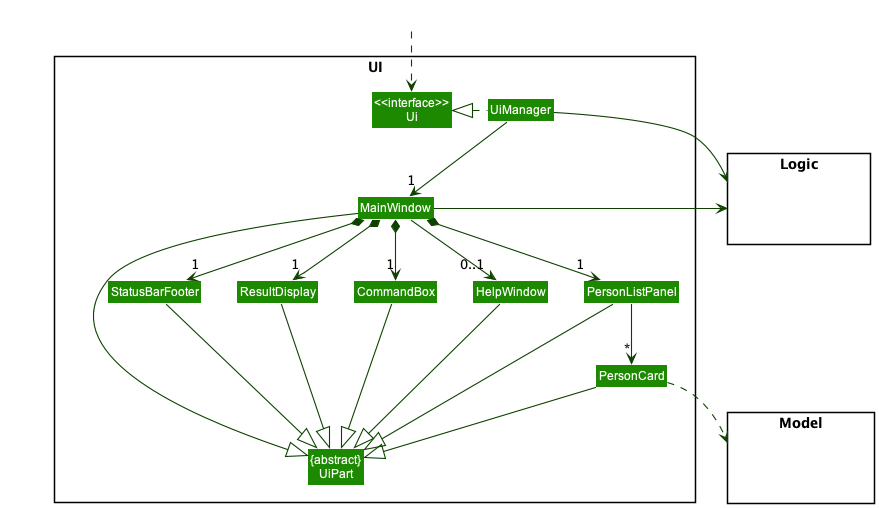
This is docs/images/UiClassDiagram.png from nus-cs2103-AY2223S1/tp, a PlantUML export, as it was before one commit.
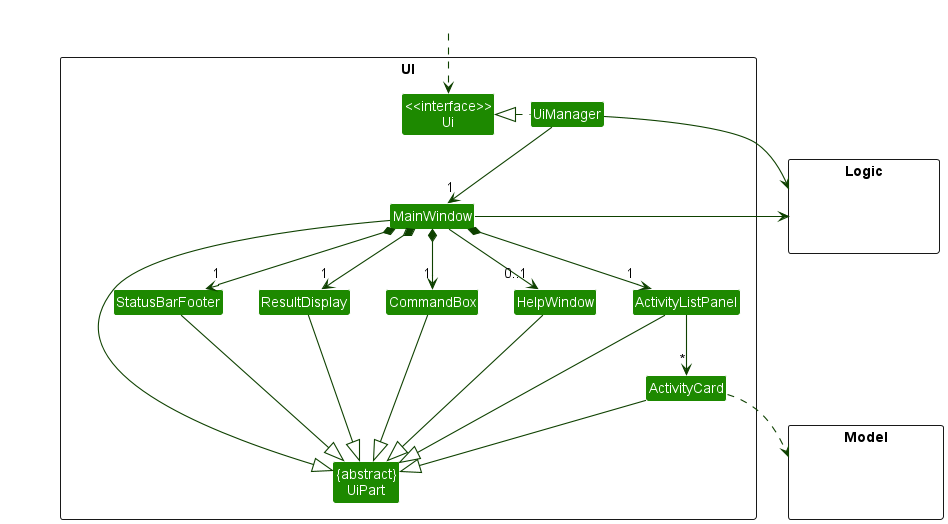
After the commit.

What changed in the source:
```diff
@@ -11,8 +11,8 @@
 Class MainWindow
 Class HelpWindow
 Class ResultDisplay
-Class PersonListPanel
-Class PersonCard
+Class ActivityListPanel
+Class ActivityCard
 Class StatusBarFooter
 Class CommandBox
 }
@@ -32,26 +32,26 @@
 UiManager -down-> "1" MainWindow
 MainWindow *-down->  "1" CommandBox
 MainWindow *-down-> "1" ResultDisplay
-MainWindow *-down-> "1" PersonListPanel
+MainWindow *-down-> "1" ActivityListPanel
 MainWindow *-down-> "1" StatusBarFooter
 MainWindow --> "0..1" HelpWindow
 
-PersonListPanel -down-> "*" PersonCard
+ActivityListPanel -down-> "*" ActivityCard
 
 MainWindow -left-|> UiPart
 
 ResultDisplay --|> UiPart
 CommandBox --|> UiPart
-PersonListPanel --|> UiPart
-PersonCard --|> UiPart
+ActivityListPanel --|> UiPart
+ActivityCard --|> UiPart
 StatusBarFooter --|> UiPart
 HelpWindow --|> UiPart
 
-PersonCard ..> Model
+ActivityCard ..> Model
 UiManager -right-> Logic
 MainWindow -left-> Logic
 
-PersonListPanel -[hidden]left- HelpWindow
+ActivityListPanel -[hidden]left- HelpWindow
 HelpWindow -[hidden]left- CommandBox
 CommandBox -[hidden]left- ResultDisplay
 ResultDisplay -[hidden]left- StatusBarFooter
```
